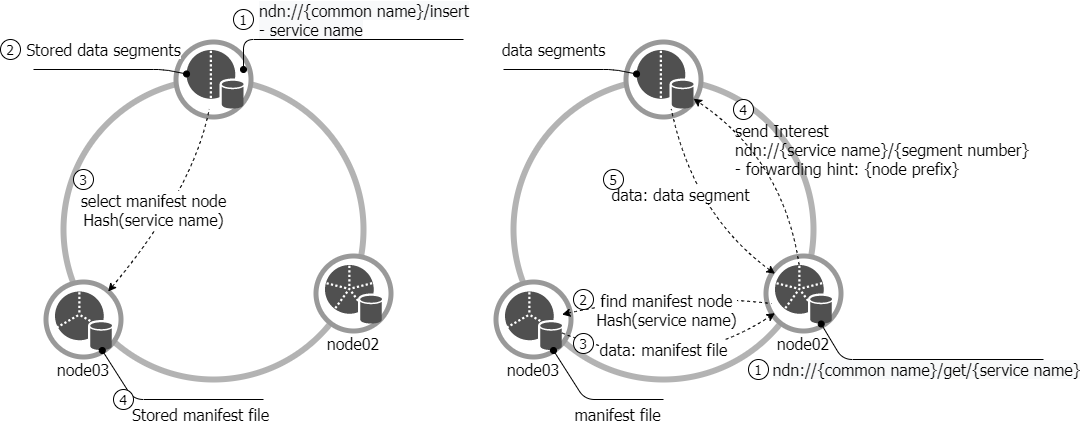
Earlier version of the draw.io export img/acm21-insertget.png (uni2u/difs). Source tidied: cells renumbered, new cells last; positions are measured from the earlier drawing's top-left corner, leaving out a move shared by most shapes. Source of this version:
```xml
<mxGraphModel>
  <root>
    <mxCell id="0" />
    <mxCell id="1" parent="0" />
    <mxCell id="2" style="ellipse;whiteSpace=wrap;html=1;fontFamily=Tahoma;fontSize=18;strokeWidth=6;strokeColor=#B3B3B3;fillColor=none;" parent="1" vertex="1">
      <mxGeometry x="63" y="70" width="300" height="300" as="geometry" />
    </mxCell>
    <mxCell id="3" style="ellipse;whiteSpace=wrap;html=1;fontFamily=Tahoma;fontSize=18;strokeWidth=6;strokeColor=#B3B3B3;fillColor=none;" parent="1" vertex="1">
      <mxGeometry x="513" y="70" width="300" height="300" as="geometry" />
    </mxCell>
    <mxCell id="4" style="group;" parent="1" vertex="1">
      <mxGeometry x="173" y="30" width="80" height="80" as="geometry" />
    </mxCell>
    <mxCell id="5" style="ellipse;whiteSpace=wrap;html=1;fillColor=#999999;strokeColor=none;fontFamily=Tahoma;" parent="4" vertex="1">
      <mxGeometry width="80" height="80" as="geometry" />
    </mxCell>
    <mxCell id="6" style="ellipse;whiteSpace=wrap;html=1;strokeColor=none;fillColor=#FFFFFF;fontFamily=Tahoma;" parent="4" vertex="1">
      <mxGeometry x="5" y="5" width="70" height="70" as="geometry" />
    </mxCell>
    <mxCell id="7" style="shadow=0;dashed=0;html=1;strokeColor=none;fillColor=#505050;labelPosition=center;verticalLabelPosition=bottom;verticalAlign=top;outlineConnect=0;align=center;shape=mxgraph.office.databases.database_partition_2;fontFamily=Tahoma;fontSize=14;" parent="4" vertex="1">
      <mxGeometry x="13.1" y="10.5" width="57" height="59" as="geometry" />
    </mxCell>
    <mxCell id="8" style="group;" parent="1" vertex="1">
      <mxGeometry x="623" y="30" width="80" height="80" as="geometry" />
    </mxCell>
    <mxCell id="9" style="ellipse;whiteSpace=wrap;html=1;fillColor=#999999;strokeColor=none;fontFamily=Tahoma;" parent="8" vertex="1">
      <mxGeometry width="80" height="80" as="geometry" />
    </mxCell>
    <mxCell id="10" style="ellipse;whiteSpace=wrap;html=1;strokeColor=none;fillColor=#FFFFFF;fontFamily=Tahoma;" parent="8" vertex="1">
      <mxGeometry x="5" y="5" width="70" height="70" as="geometry" />
    </mxCell>
    <mxCell id="11" style="shadow=0;dashed=0;html=1;strokeColor=none;fillColor=#505050;labelPosition=center;verticalLabelPosition=bottom;verticalAlign=top;outlineConnect=0;align=center;shape=mxgraph.office.databases.database_partition_2;fontFamily=Tahoma;fontSize=14;" parent="8" vertex="1">
      <mxGeometry x="13.1" y="10.5" width="57" height="59" as="geometry" />
    </mxCell>
    <mxCell id="12" style="group;" parent="1" vertex="1">
      <mxGeometry x="313" y="244" width="80" height="80" as="geometry" />
    </mxCell>
    <mxCell id="13" style="ellipse;whiteSpace=wrap;html=1;fillColor=#999999;strokeColor=none;fontFamily=Tahoma;" parent="12" vertex="1">
      <mxGeometry width="80" height="80" as="geometry" />
    </mxCell>
    <mxCell id="14" style="ellipse;whiteSpace=wrap;html=1;strokeColor=none;fillColor=#FFFFFF;fontFamily=Tahoma;" parent="12" vertex="1">
      <mxGeometry x="5" y="5" width="70" height="70" as="geometry" />
    </mxCell>
    <mxCell id="15" style="shadow=0;dashed=0;html=1;strokeColor=none;fillColor=#505050;labelPosition=center;verticalLabelPosition=bottom;verticalAlign=top;align=center;shape=mxgraph.office.databases.database_partition_5;fontFamily=Tahoma;fontSize=14;" parent="12" vertex="1">
      <mxGeometry x="11.5" y="11.5" width="57" height="59" as="geometry" />
    </mxCell>
    <mxCell id="16" style="group;" parent="1" vertex="1">
      <mxGeometry x="763" y="244" width="80" height="80" as="geometry" />
    </mxCell>
    <mxCell id="17" style="ellipse;whiteSpace=wrap;html=1;fillColor=#999999;strokeColor=none;fontFamily=Tahoma;" parent="16" vertex="1">
      <mxGeometry width="80" height="80" as="geometry" />
    </mxCell>
    <mxCell id="18" style="ellipse;whiteSpace=wrap;html=1;strokeColor=none;fillColor=#FFFFFF;fontFamily=Tahoma;" parent="16" vertex="1">
      <mxGeometry x="5" y="5" width="70" height="70" as="geometry" />
    </mxCell>
    <mxCell id="19" style="shadow=0;dashed=0;html=1;strokeColor=none;fillColor=#505050;labelPosition=center;verticalLabelPosition=bottom;verticalAlign=top;outlineConnect=0;align=center;shape=mxgraph.office.databases.database_partition_5;fontFamily=Tahoma;fontSize=14;" parent="16" vertex="1">
      <mxGeometry x="11.5" y="11.5" width="57" height="59" as="geometry" />
    </mxCell>
    <mxCell id="20" style="group;" parent="1" vertex="1">
      <mxGeometry x="493" y="270" width="80" height="80" as="geometry" />
    </mxCell>
    <mxCell id="21" style="ellipse;whiteSpace=wrap;html=1;fillColor=#999999;strokeColor=none;fontFamily=Tahoma;" parent="20" vertex="1">
      <mxGeometry width="80" height="80" as="geometry" />
    </mxCell>
    <mxCell id="22" style="ellipse;whiteSpace=wrap;html=1;strokeColor=none;fillColor=#FFFFFF;fontFamily=Tahoma;" parent="20" vertex="1">
      <mxGeometry x="5" y="5" width="70" height="70" as="geometry" />
    </mxCell>
    <mxCell id="23" style="shadow=0;dashed=0;html=1;strokeColor=none;fillColor=#505050;labelPosition=center;verticalLabelPosition=bottom;verticalAlign=top;outlineConnect=0;align=center;shape=mxgraph.office.databases.database_partition_3;fontFamily=Tahoma;fontSize=14;" parent="20" vertex="1">
      <mxGeometry x="11.5" y="12" width="57" height="59" as="geometry" />
    </mxCell>
    <mxCell id="24" style="group;" parent="1" vertex="1">
      <mxGeometry x="43" y="270" width="80" height="80" as="geometry" />
    </mxCell>
    <mxCell id="25" style="ellipse;whiteSpace=wrap;html=1;fillColor=#999999;strokeColor=none;fontFamily=Tahoma;" parent="24" vertex="1">
      <mxGeometry width="80" height="80" as="geometry" />
    </mxCell>
    <mxCell id="26" style="ellipse;whiteSpace=wrap;html=1;strokeColor=none;fillColor=#FFFFFF;fontFamily=Tahoma;" parent="24" vertex="1">
      <mxGeometry x="5" y="5" width="70" height="70" as="geometry" />
    </mxCell>
    <mxCell id="27" style="shadow=0;dashed=0;html=1;strokeColor=none;fillColor=#505050;labelPosition=center;verticalLabelPosition=bottom;verticalAlign=top;outlineConnect=0;align=center;shape=mxgraph.office.databases.database_partition_3;fontFamily=Tahoma;fontSize=14;" parent="24" vertex="1">
      <mxGeometry x="11.5" y="12" width="57" height="59" as="geometry" />
    </mxCell>
    <mxCell id="28" value="&lt;div&gt;&lt;span style=&quot;background-color: rgb(248 , 249 , 250)&quot;&gt;ndn://{common name}/insert&lt;/span&gt;&lt;/div&gt;&lt;div&gt;&lt;span style=&quot;background-color: rgb(248 , 249 , 250)&quot;&gt;- service name&lt;/span&gt;&lt;/div&gt;" style="endArrow=none;html=1;startArrow=oval;startFill=1;fontSize=16;fontFamily=Tahoma;align=left;" parent="1" edge="1">
      <mxGeometry x="-0.57" y="22" relative="1" as="geometry">
        <mxPoint x="243" y="60" as="sourcePoint" />
        <mxPoint x="463" y="30" as="targetPoint" />
        <Array as="points">
          <mxPoint x="243" y="30" />
        </Array>
        <mxPoint x="-10" y="2" as="offset" />
      </mxGeometry>
    </mxCell>
    <mxCell id="29" value="1" style="ellipse;whiteSpace=wrap;html=1;fontFamily=Tahoma;fontSize=14;fillColor=#FFFFFF;" parent="1" vertex="1">
      <mxGeometry x="233" width="20" height="20" as="geometry" />
    </mxCell>
    <mxCell id="30" value="2" style="ellipse;whiteSpace=wrap;html=1;fontFamily=Tahoma;fontSize=14;fillColor=#FFFFFF;" parent="1" vertex="1">
      <mxGeometry y="30" width="20" height="20" as="geometry" />
    </mxCell>
    <mxCell id="31" value="&lt;font style=&quot;font-size: 16px&quot;&gt;Stored data segments&lt;/font&gt;" style="endArrow=oval;html=1;fontFamily=Tahoma;fontSize=14;endFill=1;" parent="1" edge="1" target="7">
      <mxGeometry x="-0.09" y="20" relative="1" as="geometry">
        <mxPoint x="33" y="60" as="sourcePoint" />
        <Array as="points">
          <mxPoint x="163" y="60" />
        </Array>
      </mxGeometry>
    </mxCell>
    <mxCell id="32" value="&lt;font style=&quot;font-size: 16px;&quot;&gt;select manifest node&lt;br style=&quot;font-size: 16px;&quot;&gt;Hash(service name)&lt;/font&gt;" style="endArrow=none;dashed=1;html=1;fontFamily=Tahoma;fontSize=16;curved=1;endFill=0;startArrow=classic;startFill=1;" parent="1" edge="1" source="27" target="7">
      <mxGeometry x="0.24" y="45" relative="1" as="geometry">
        <Array as="points">
          <mxPoint x="193" y="180" />
        </Array>
        <mxPoint x="4" y="29" as="offset" />
      </mxGeometry>
    </mxCell>
    <mxCell id="33" value="node03" style="text;html=1;strokeColor=none;fillColor=none;align=center;verticalAlign=middle;whiteSpace=wrap;rounded=0;fontFamily=Tahoma;fontSize=16;" parent="1" vertex="1">
      <mxGeometry x="48" y="350" width="70" height="20" as="geometry" />
    </mxCell>
    <mxCell id="34" value="node03" style="text;html=1;strokeColor=none;fillColor=none;align=center;verticalAlign=middle;whiteSpace=wrap;rounded=0;fontFamily=Tahoma;fontSize=16;" parent="1" vertex="1">
      <mxGeometry x="498" y="350" width="70" height="20" as="geometry" />
    </mxCell>
    <mxCell id="35" value="node02" style="text;html=1;strokeColor=none;fillColor=none;align=center;verticalAlign=middle;whiteSpace=wrap;rounded=0;fontFamily=Tahoma;fontSize=16;" parent="1" vertex="1">
      <mxGeometry x="318" y="324" width="70" height="20" as="geometry" />
    </mxCell>
    <mxCell id="36" value="node02" style="text;html=1;strokeColor=none;fillColor=none;align=center;verticalAlign=middle;whiteSpace=wrap;rounded=0;fontFamily=Tahoma;fontSize=16;" parent="1" vertex="1">
      <mxGeometry x="768" y="324" width="70" height="20" as="geometry" />
    </mxCell>
    <mxCell id="37" value="Stored manifest file" style="endArrow=none;html=1;startArrow=oval;startFill=1;fontFamily=Tahoma;fontSize=16;" parent="1" edge="1" source="27">
      <mxGeometry x="0.33" y="-15" relative="1" as="geometry">
        <mxPoint x="263" y="390" as="targetPoint" />
        <Array as="points">
          <mxPoint x="133" y="390" />
        </Array>
      </mxGeometry>
    </mxCell>
    <mxCell id="38" value="3" style="ellipse;whiteSpace=wrap;html=1;fontFamily=Tahoma;fontSize=14;fillColor=#FFFFFF;" parent="1" vertex="1">
      <mxGeometry x="73" y="160" width="20" height="20" as="geometry" />
    </mxCell>
    <mxCell id="39" value="4" style="ellipse;whiteSpace=wrap;html=1;fontFamily=Tahoma;fontSize=14;fillColor=#FFFFFF;" parent="1" vertex="1">
      <mxGeometry x="113" y="380" width="20" height="20" as="geometry" />
    </mxCell>
    <mxCell id="40" value="&lt;font style=&quot;font-size: 16px&quot;&gt;data segments&lt;/font&gt;" style="endArrow=oval;html=1;fontFamily=Tahoma;fontSize=14;endFill=1;" parent="1" edge="1">
      <mxGeometry x="-0.25" y="20" relative="1" as="geometry">
        <mxPoint x="503" y="60" as="sourcePoint" />
        <mxPoint x="636.1" y="64.5" as="targetPoint" />
        <Array as="points">
          <mxPoint x="613" y="60" />
        </Array>
      </mxGeometry>
    </mxCell>
    <mxCell id="41" value="&lt;span style=&quot;font-size: 16px ; text-align: left ; background-color: rgb(248 , 249 , 250)&quot;&gt;ndn://{common name}/get/{service name}&lt;/span&gt;" style="endArrow=none;html=1;startArrow=oval;startFill=1;fontSize=16;fontFamily=Tahoma;" parent="1" edge="1" source="19">
      <mxGeometry x="-0.39" y="52" relative="1" as="geometry">
        <mxPoint x="1043" y="350" as="targetPoint" />
        <Array as="points">
          <mxPoint x="842" y="350" />
        </Array>
        <mxPoint x="51" y="62" as="offset" />
      </mxGeometry>
    </mxCell>
    <mxCell id="42" value="1" style="ellipse;whiteSpace=wrap;html=1;fontFamily=Tahoma;fontSize=14;fillColor=#FFFFFF;" parent="1" vertex="1">
      <mxGeometry x="748" y="350" width="20" height="20" as="geometry" />
    </mxCell>
    <mxCell id="43" value="find manifest node&lt;br style=&quot;font-size: 16px&quot;&gt;Hash(service name)" style="endArrow=none;dashed=1;html=1;fontFamily=Tahoma;fontSize=16;curved=1;endFill=0;startArrow=classic;startFill=1;entryX=0.043;entryY=0.643;entryDx=0;entryDy=0;entryPerimeter=0;" parent="1" edge="1" source="23" target="18">
      <mxGeometry x="-0.03" y="-18" relative="1" as="geometry">
        <Array as="points">
          <mxPoint x="663" y="282" />
        </Array>
      </mxGeometry>
    </mxCell>
    <mxCell id="44" value="2" style="ellipse;whiteSpace=wrap;html=1;fontFamily=Tahoma;fontSize=14;fillColor=#FFFFFF;" parent="1" vertex="1">
      <mxGeometry x="573" y="280" width="20" height="20" as="geometry" />
    </mxCell>
    <mxCell id="45" value="data: manifest file" style="endArrow=classic;dashed=1;html=1;fontFamily=Tahoma;fontSize=16;curved=1;endFill=1;" parent="1" edge="1" source="23" target="19">
      <mxGeometry x="-0.17" y="24" relative="1" as="geometry">
        <Array as="points">
          <mxPoint x="673" y="370" />
        </Array>
      </mxGeometry>
    </mxCell>
    <mxCell id="46" value="3" style="ellipse;whiteSpace=wrap;html=1;fontFamily=Tahoma;fontSize=14;fillColor=#FFFFFF;" parent="1" vertex="1">
      <mxGeometry x="573" y="324" width="20" height="20" as="geometry" />
    </mxCell>
    <mxCell id="47" value="manifest file" style="endArrow=none;html=1;startArrow=oval;startFill=1;fontFamily=Tahoma;fontSize=16;" parent="1" edge="1">
      <mxGeometry x="0.33" y="-15" relative="1" as="geometry">
        <mxPoint x="553" y="341" as="sourcePoint" />
        <mxPoint x="663" y="390" as="targetPoint" />
        <Array as="points">
          <mxPoint x="584.2" y="390" />
        </Array>
      </mxGeometry>
    </mxCell>
    <mxCell id="48" value="&lt;font&gt;&lt;span style=&quot;font-size: 16px&quot;&gt;send Interest&lt;/span&gt;&lt;br&gt;&lt;span style=&quot;font-size: 16px&quot;&gt;ndn://{service name}/{segment number}&lt;/span&gt;&lt;br&gt;&lt;div&gt;&lt;span style=&quot;font-size: 16px&quot;&gt;- forwarding hint: {node prefix}&lt;/span&gt;&lt;/div&gt;&lt;/font&gt;" style="endArrow=classic;dashed=1;html=1;fontFamily=Tahoma;fontSize=14;endFill=1;curved=1;labelBackgroundColor=none;align=left;" parent="1" edge="1" source="19" target="11">
      <mxGeometry x="0.43" y="20" relative="1" as="geometry">
        <Array as="points">
          <mxPoint x="783" y="150" />
        </Array>
      </mxGeometry>
    </mxCell>
    <mxCell id="49" value="data: data segment" style="endArrow=none;dashed=1;html=1;fontFamily=Tahoma;fontSize=16;endFill=0;startArrow=classic;startFill=1;curved=1;" parent="1" edge="1" source="19" target="11">
      <mxGeometry x="0.19" y="8" relative="1" as="geometry">
        <Array as="points">
          <mxPoint x="693" y="205" />
        </Array>
        <mxPoint y="1" as="offset" />
      </mxGeometry>
    </mxCell>
    <mxCell id="50" value="4" style="ellipse;whiteSpace=wrap;html=1;fontFamily=Tahoma;fontSize=14;fillColor=#FFFFFF;" parent="1" vertex="1">
      <mxGeometry x="733" y="90" width="20" height="20" as="geometry" />
    </mxCell>
    <mxCell id="51" value="5" style="ellipse;whiteSpace=wrap;html=1;fontFamily=Tahoma;fontSize=14;fillColor=#FFFFFF;" parent="1" vertex="1">
      <mxGeometry x="603" y="160" width="20" height="20" as="geometry" />
    </mxCell>
  </root>
</mxGraphModel>
```
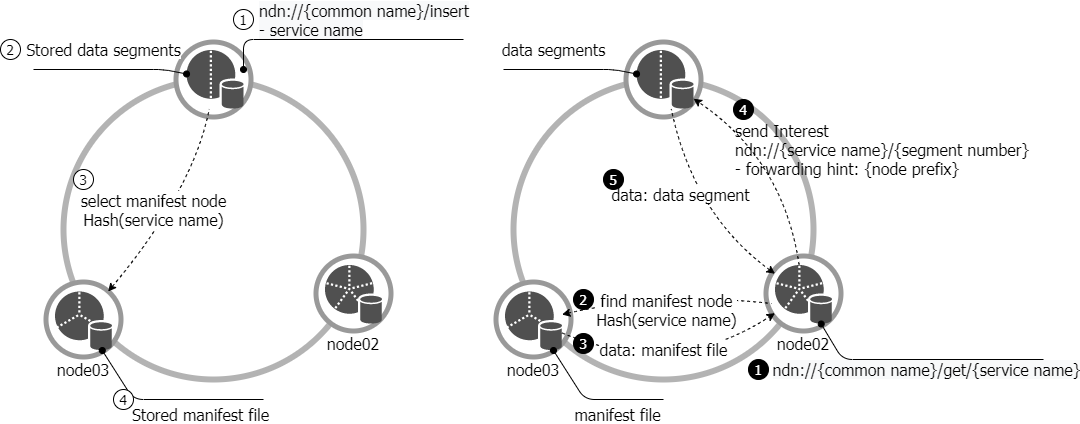
Later version of the same file.

Change to the diagram source:
```diff
@@ -156,7 +156,7 @@
         <mxPoint x="51" y="62" as="offset" />
       </mxGeometry>
     </mxCell>
-    <mxCell id="42" value="1" style="ellipse;whiteSpace=wrap;html=1;fontFamily=Tahoma;fontSize=14;fillColor=#FFFFFF;" parent="1" vertex="1">
+    <mxCell id="42" value="1" style="ellipse;whiteSpace=wrap;html=1;fontFamily=Tahoma;fontSize=14;fontColor=#FFFFFF;fillColor=#000000;" parent="1" vertex="1">
       <mxGeometry x="748" y="350" width="20" height="20" as="geometry" />
     </mxCell>
     <mxCell id="43" value="find manifest node&lt;br style=&quot;font-size: 16px&quot;&gt;Hash(service name)" style="endArrow=none;dashed=1;html=1;fontFamily=Tahoma;fontSize=16;curved=1;endFill=0;startArrow=classic;startFill=1;entryX=0.043;entryY=0.643;entryDx=0;entryDy=0;entryPerimeter=0;" parent="1" edge="1" source="23" target="18">
@@ -166,7 +166,7 @@
         </Array>
       </mxGeometry>
     </mxCell>
-    <mxCell id="44" value="2" style="ellipse;whiteSpace=wrap;html=1;fontFamily=Tahoma;fontSize=14;fillColor=#FFFFFF;" parent="1" vertex="1">
+    <mxCell id="44" value="2" style="ellipse;whiteSpace=wrap;html=1;fontFamily=Tahoma;fontSize=14;fontColor=#FFFFFF;fillColor=#000000;" parent="1" vertex="1">
       <mxGeometry x="573" y="280" width="20" height="20" as="geometry" />
     </mxCell>
     <mxCell id="45" value="data: manifest file" style="endArrow=classic;dashed=1;html=1;fontFamily=Tahoma;fontSize=16;curved=1;endFill=1;" parent="1" edge="1" source="23" target="19">
@@ -176,7 +176,7 @@
         </Array>
       </mxGeometry>
     </mxCell>
-    <mxCell id="46" value="3" style="ellipse;whiteSpace=wrap;html=1;fontFamily=Tahoma;fontSize=14;fillColor=#FFFFFF;" parent="1" vertex="1">
+    <mxCell id="46" value="3" style="ellipse;whiteSpace=wrap;html=1;fontFamily=Tahoma;fontSize=14;fontColor=#FFFFFF;fillColor=#000000;" parent="1" vertex="1">
       <mxGeometry x="573" y="324" width="20" height="20" as="geometry" />
     </mxCell>
     <mxCell id="47" value="manifest file" style="endArrow=none;html=1;startArrow=oval;startFill=1;fontFamily=Tahoma;fontSize=16;" parent="1" edge="1">
@@ -203,10 +203,10 @@
         <mxPoint y="1" as="offset" />
       </mxGeometry>
     </mxCell>
-    <mxCell id="50" value="4" style="ellipse;whiteSpace=wrap;html=1;fontFamily=Tahoma;fontSize=14;fillColor=#FFFFFF;" parent="1" vertex="1">
+    <mxCell id="50" value="4" style="ellipse;whiteSpace=wrap;html=1;fontFamily=Tahoma;fontSize=14;fontColor=#FFFFFF;fillColor=#000000;" parent="1" vertex="1">
       <mxGeometry x="733" y="90" width="20" height="20" as="geometry" />
     </mxCell>
-    <mxCell id="51" value="5" style="ellipse;whiteSpace=wrap;html=1;fontFamily=Tahoma;fontSize=14;fillColor=#FFFFFF;" parent="1" vertex="1">
+    <mxCell id="51" value="5" style="ellipse;whiteSpace=wrap;html=1;fontFamily=Tahoma;fontSize=14;fontColor=#FFFFFF;fillColor=#000000;" parent="1" vertex="1">
       <mxGeometry x="603" y="160" width="20" height="20" as="geometry" />
     </mxCell>
   </root>
```
